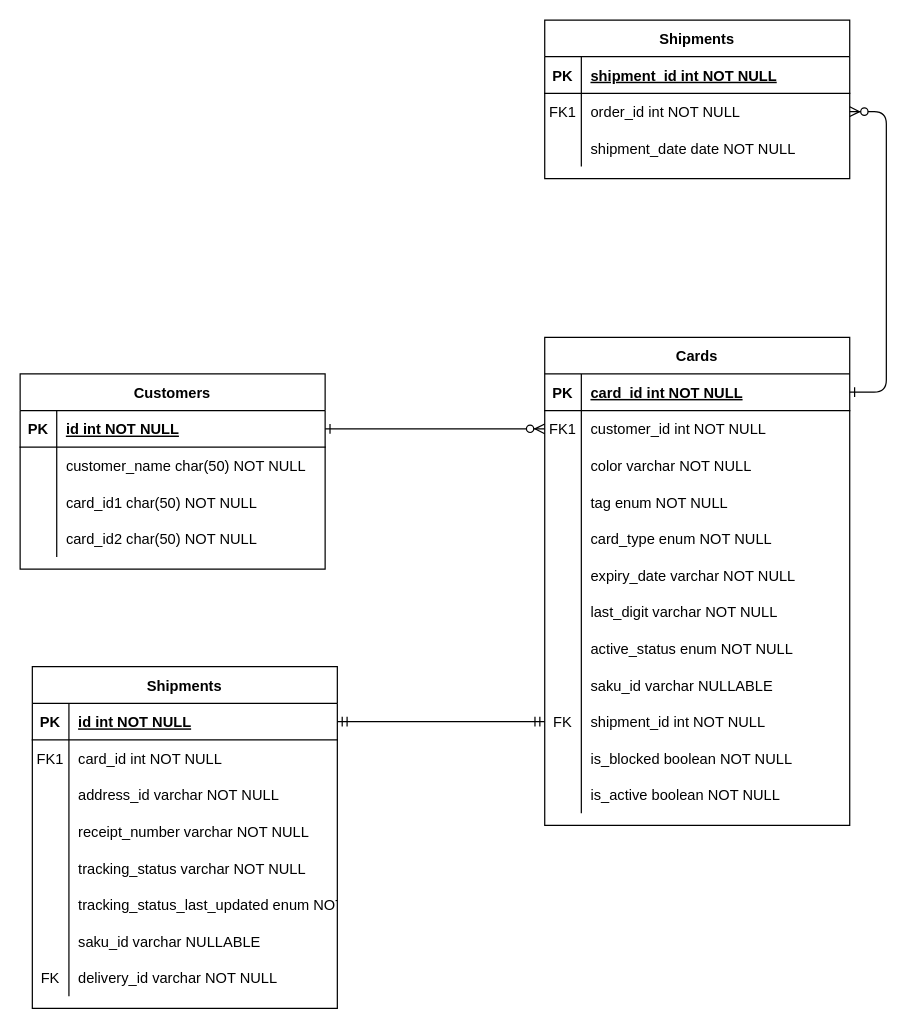
Before: Untitled Diagram.drawio in Kresnadc/lib-DrawIO, a draw.io diagram. Source tidied: cells renumbered, new cells numbered last; positions are measured from the earlier drawing's top-left corner, leaving out a move shared by most shapes. Both pictures are drawn from the tidied source at 122%, with x=0, y=0 at pixel (20, 20).
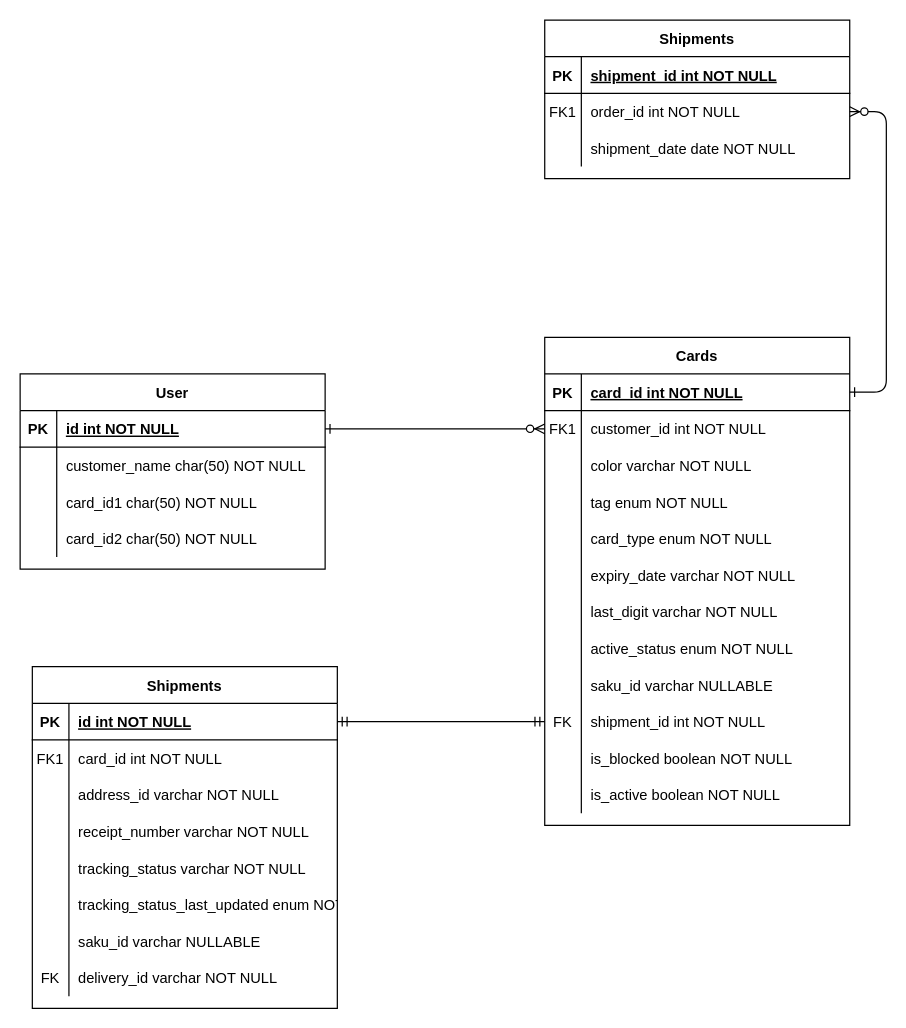
The same diagram, later.

What changed in the source:
```diff
@@
-    <mxCell id="51" value="Customers" style="shape=table;startSize=30;childLayout=tableLayout;rowLines=0;fontStyle=1;align=center;" parent="1" vertex="1">
+    <mxCell id="51" value="User" style="shape=table;startSize=30;childLayout=tableLayout;rowLines=0;fontStyle=1;align=center;" parent="1" vertex="1">
       <mxGeometry y="290" width="250" height="160" as="geometry" />
     </mxCell>
```
